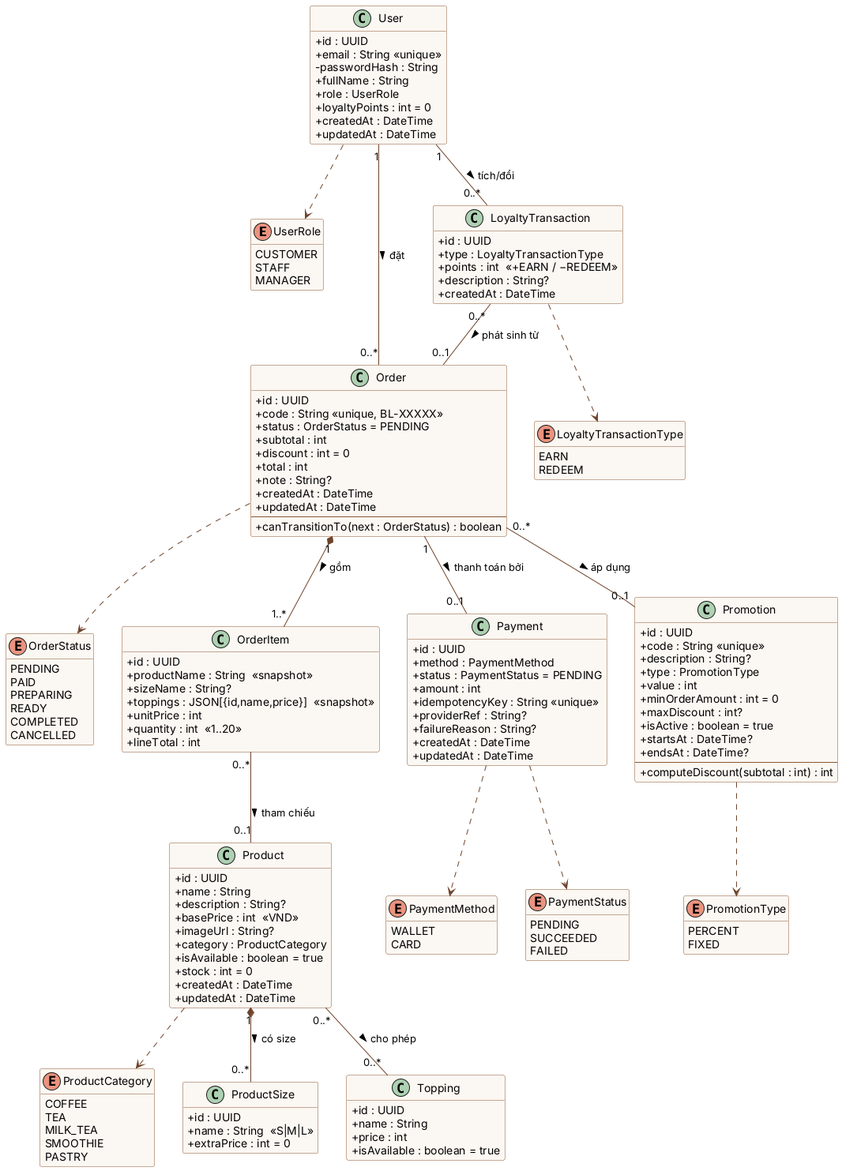
Earlier version of the PlantUML export docs/diagrams/class-domain.png (LHTCoder/brewlite).
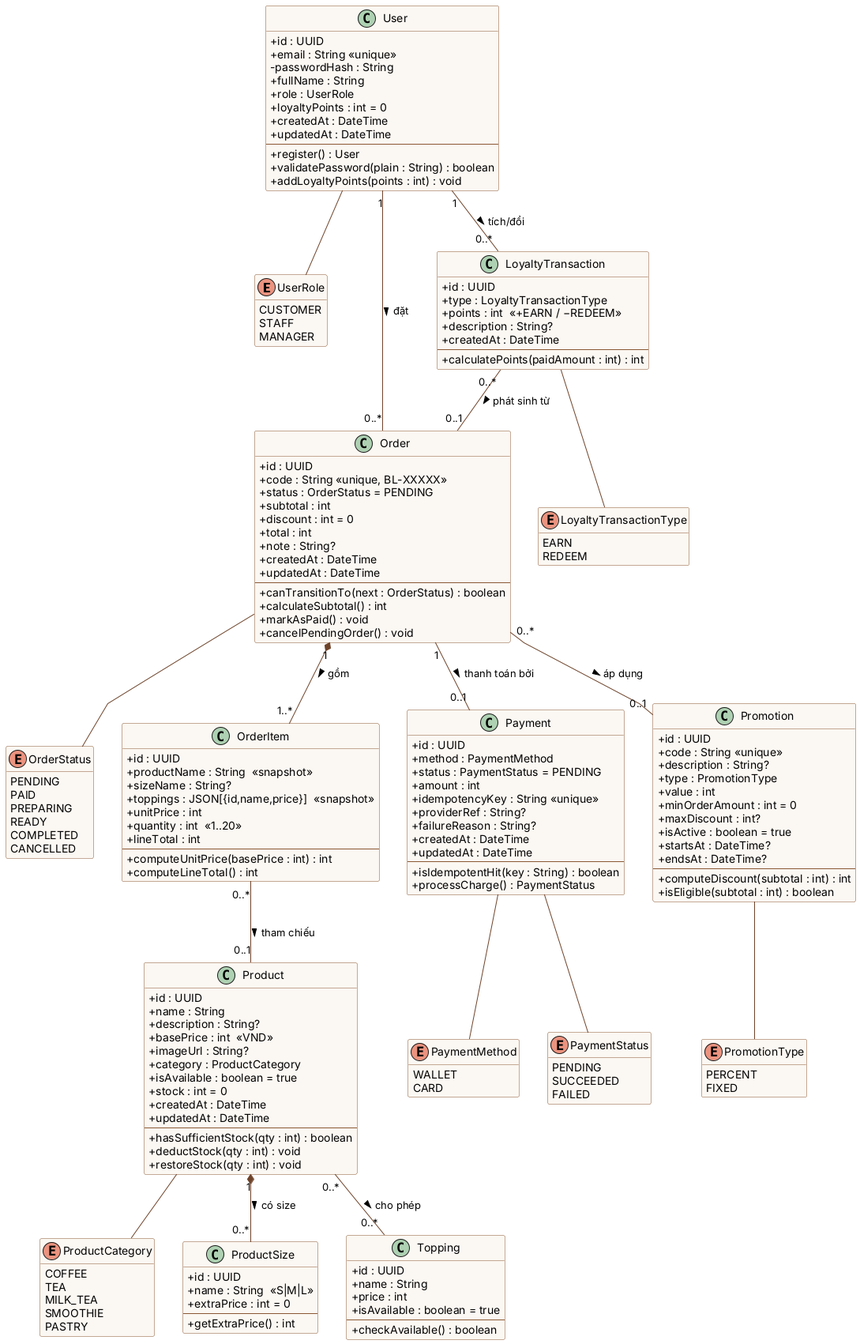
Above is the later version.

The edit, as a diff of the source:
```diff
@@ -1,5 +1,6 @@
 @startuml class-domain
 skinparam classAttributeIconSize 0
+skinparam linetype polyline
 skinparam class {
   BackgroundColor #FBF7F2
   BorderColor #8A5733
@@ -57,6 +58,10 @@
   +loyaltyPoints : int = 0
   +createdAt : DateTime
   +updatedAt : DateTime
+  --
+  +register() : User
+  +validatePassword(plain : String) : boolean
+  +addLoyaltyPoints(points : int) : void
 }
 
 class Product {
@@ -70,12 +75,18 @@
   +stock : int = 0
   +createdAt : DateTime
   +updatedAt : DateTime
+  --
+  +hasSufficientStock(qty : int) : boolean
+  +deductStock(qty : int) : void
+  +restoreStock(qty : int) : void
 }
 
 class ProductSize {
   +id : UUID
   +name : String  <<S|M|L>>
   +extraPrice : int = 0
+  --
+  +getExtraPrice() : int
 }
 
 class Topping {
@@ -83,6 +94,8 @@
   +name : String
   +price : int
   +isAvailable : boolean = true
+  --
+  +checkAvailable() : boolean
 }
 
 class Order {
@@ -97,6 +110,9 @@
   +updatedAt : DateTime
   --
   +canTransitionTo(next : OrderStatus) : boolean
+  +calculateSubtotal() : int
+  +markAsPaid() : void
+  +cancelPendingOrder() : void
 }
 
 class OrderItem {
@@ -107,6 +123,9 @@
   +unitPrice : int
   +quantity : int  <<1..20>>
   +lineTotal : int
+  --
+  +computeUnitPrice(basePrice : int) : int
+  +computeLineTotal() : int
 }
 
 class Payment {
@@ -119,6 +138,9 @@
   +failureReason : String?
   +createdAt : DateTime
   +updatedAt : DateTime
+  --
+  +isIdempotentHit(key : String) : boolean
+  +processCharge() : PaymentStatus
 }
 
 class Promotion {
@@ -134,6 +156,7 @@
   +endsAt : DateTime?
   --
   +computeDiscount(subtotal : int) : int
+  +isEligible(subtotal : int) : boolean
 }
 
 class LoyaltyTransaction {
@@ -142,6 +165,8 @@
   +points : int  <<+EARN / −REDEEM>>
   +description : String?
   +createdAt : DateTime
+  --
+  +calculatePoints(paidAmount : int) : int
 }
 
 User "1" -- "0..*" Order : đặt >
@@ -154,12 +179,12 @@
 Product "0..*" -- "0..*" Topping : cho phép >
 LoyaltyTransaction "0..*" -- "0..1" Order : phát sinh từ >
 
-User ..> UserRole
-Product ..> ProductCategory
-Order ..> OrderStatus
-Payment ..> PaymentMethod
-Payment ..> PaymentStatus
-Promotion ..> PromotionType
-LoyaltyTransaction ..> LoyaltyTransactionType
+User -- UserRole
+Product -- ProductCategory
+Order -- OrderStatus
+Payment -- PaymentMethod
+Payment -- PaymentStatus
+Promotion -- PromotionType
+LoyaltyTransaction -- LoyaltyTransactionType
 
 @enduml
```
